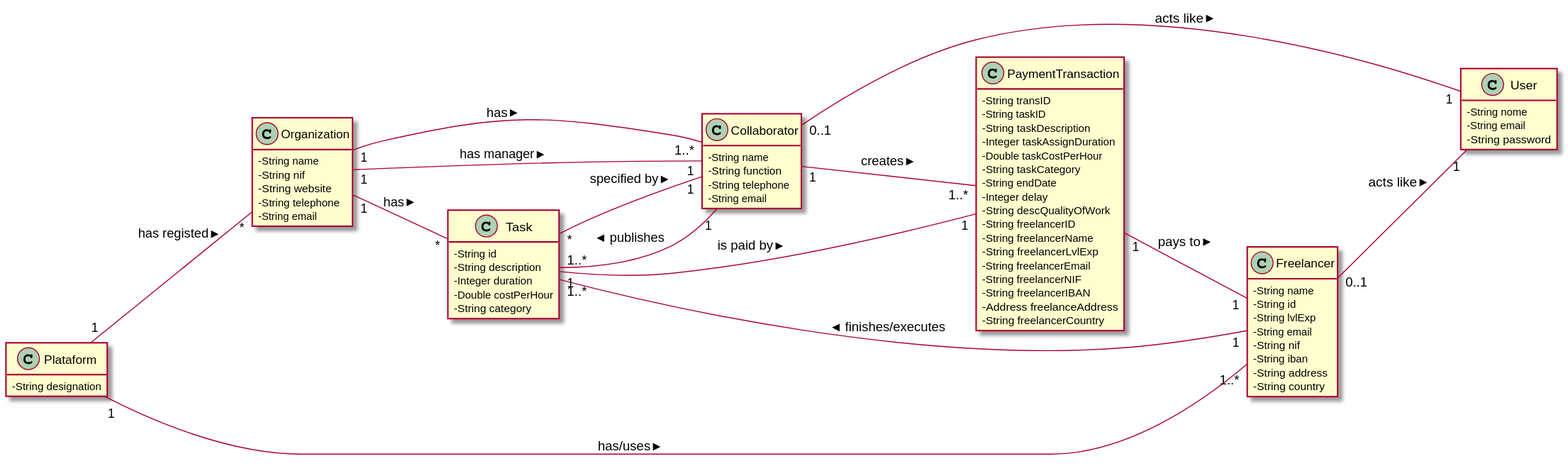
This is LAPR2-2020-G010-Application/docs/usecases/UC4/UC4_MD.svg from LourencoMelo/ISEP-LAPR2, a PlantUML export, as it was before one commit.
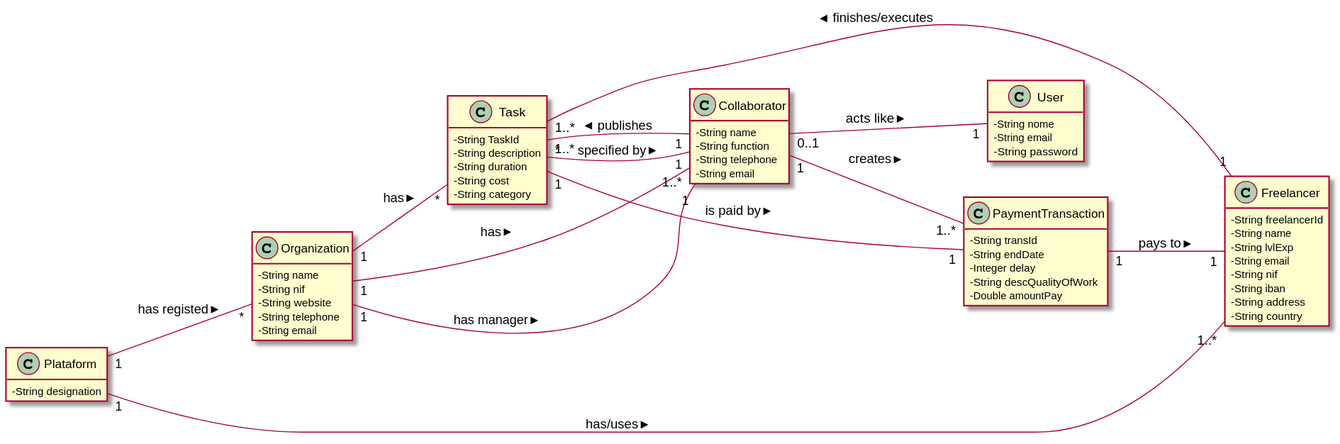
Later version of the same file.

The edit, as a diff of the source:
```diff
@@ -4,36 +4,24 @@
 skinparam classAttributeIconSize 0
 
 class Task{
--String id
+-String TaskId
 -String description
--Integer duration
--Double costPerHour
+-String duration
+-String cost
 -String category
 }
 
 class PaymentTransaction{
--String transID
--String taskID
--String taskDescription
--Integer taskAssignDuration
--Double taskCostPerHour
--String taskCategory
+-String transId
 -String endDate
 -Integer delay
 -String descQualityOfWork
--String freelancerID
--String freelancerName
--String freelancerLvlExp
--String freelancerEmail
--String freelancerNIF
--String freelancerIBAN
--Address freelanceAddress
--String freelancerCountry
+-Double amountPay
 }
 
 class Freelancer{
+-String freelancerId
 -String name
--String id
 -String lvlExp
 -String email
 -String nif
@@ -73,7 +61,6 @@
 Freelancer "1" -- "1..*" Task : finishes/executes >
 Task "1" -- "1" PaymentTransaction : is paid by >
 PaymentTransaction "1" -- "1" Freelancer : pays to >
-Freelancer "0..1" -- "1" User : acts like >
 Collaborator "1" -- "1..*" PaymentTransaction : creates >
 Organization "1" -- "*" Task :  has >
 Task "*" -- "1" Collaborator : specified by >
```
